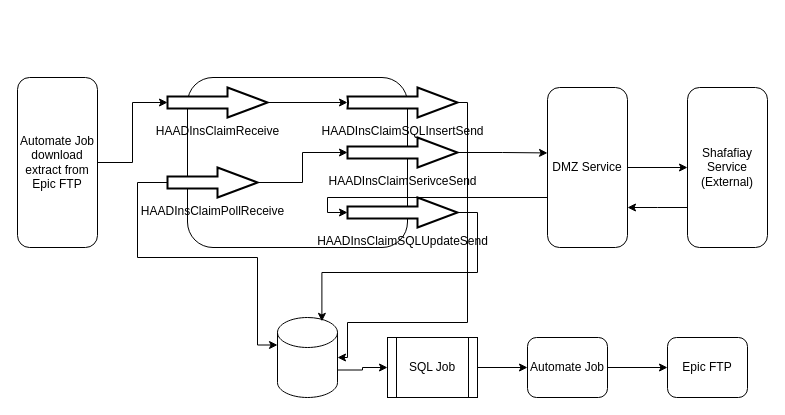
Above: Remit.drawio in pawangit18/Drawing (draw.io), before the change. Source tidied: cells renumbered, new cells numbered last; positions are measured from the earlier drawing's top-left corner, leaving out a move shared by most shapes. Both pictures are drawn from the tidied source at 100%, with x=0, y=0 at pixel (17, 77).
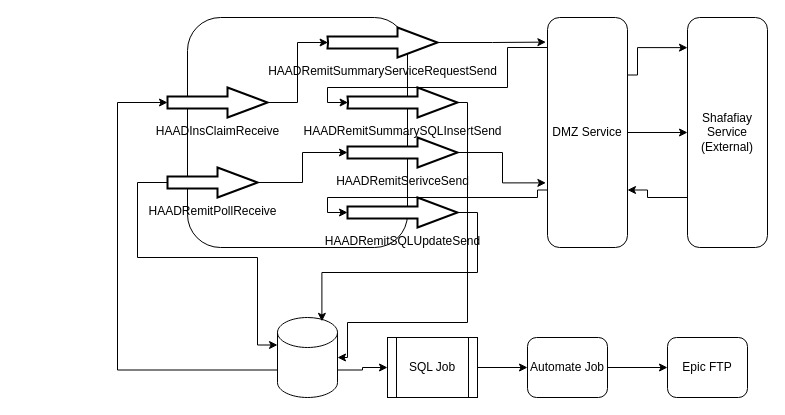
After the change.

Unchanged cells that the change refers to:
```xml
<mxCell id="3" style="shape=cylinder3;whiteSpace=wrap;html=1;boundedLbl=1;backgroundOutline=1;size=15;" parent="1" vertex="1">
  <mxGeometry x="260" y="240" width="60" height="80" as="geometry" />
</mxCell>
<mxCell id="8" value="HAADInsClaimReceive" style="verticalLabelPosition=bottom;verticalAlign=top;html=1;strokeWidth=2;shape=mxgraph.arrows2.arrow;dy=0.6;dx=40;notch=0;" parent="1" vertex="1">
  <mxGeometry x="150" y="10" width="100" height="30" as="geometry" />
</mxCell>
```

The edit, as a diff of the source:
```diff
@@
     <mxCell id="4" style="rounded=1;whiteSpace=wrap;html=1;" parent="1" vertex="1">
-      <mxGeometry x="170" width="220" height="170" as="geometry" />
+      <mxGeometry x="170" y="-60" width="220" height="230" as="geometry" />
     </mxCell>
@@
-    <mxCell id="6" value="HAADInsClaimSQLInsertSend" style="verticalLabelPosition=bottom;verticalAlign=top;html=1;strokeWidth=2;shape=mxgraph.arrows2.arrow;dy=0.6;dx=40;notch=0.6;rotation=0;" parent="1" vertex="1">
+    <mxCell id="6" value="HAADRemitSummarySQLInsertSend" style="verticalLabelPosition=bottom;verticalAlign=top;html=1;strokeWidth=2;shape=mxgraph.arrows2.arrow;dy=0.6;dx=40;notch=0.6;rotation=0;" parent="1" vertex="1">
       <mxGeometry x="330" y="10" width="110" height="30" as="geometry" />
     </mxCell>
-    <mxCell id="7" style="edgeStyle=orthogonalEdgeStyle;rounded=0;jettySize=auto;html=1;exitX=1;exitY=0.5;exitDx=0;exitDy=0;exitPerimeter=0;" parent="1" edge="1" source="8" target="6">
+    <mxCell id="7" style="edgeStyle=orthogonalEdgeStyle;rounded=0;jettySize=auto;html=1;exitX=1;exitY=0.5;exitDx=0;exitDy=0;exitPerimeter=0;entryX=0;entryY=0.5;entryDx=0.6;entryDy=0;entryPerimeter=0;" parent="1" edge="1" source="8" target="31">
       <mxGeometry relative="1" as="geometry" />
     </mxCell>
@@
-    <mxCell id="9" style="edgeStyle=orthogonalEdgeStyle;rounded=0;jettySize=auto;html=1;exitX=1;exitY=0.5;exitDx=0;exitDy=0;exitPerimeter=0;entryX=0;entryY=0.409;entryDx=0;entryDy=0;entryPerimeter=0;" parent="1" edge="1" source="10" target="15">
+    <mxCell id="9" style="edgeStyle=orthogonalEdgeStyle;rounded=0;jettySize=auto;html=1;exitX=1;exitY=0.5;exitDx=0;exitDy=0;exitPerimeter=0;entryX=-0.02;entryY=0.719;entryDx=0;entryDy=0;entryPerimeter=0;" parent="1" edge="1" source="10" target="15">
       <mxGeometry relative="1" as="geometry" />
     </mxCell>
-    <mxCell id="10" value="HAADInsClaimSerivceSend" style="verticalLabelPosition=bottom;verticalAlign=top;html=1;strokeWidth=2;shape=mxgraph.arrows2.arrow;dy=0.6;dx=40;notch=0;" parent="1" vertex="1">
+    <mxCell id="10" value="HAADRemitSerivceSend" style="verticalLabelPosition=bottom;verticalAlign=top;html=1;strokeWidth=2;shape=mxgraph.arrows2.arrow;dy=0.6;dx=40;notch=0;" parent="1" vertex="1">
       <mxGeometry x="330" y="60" width="110" height="30" as="geometry" />
     </mxCell>
@@
-    <mxCell id="12" value="HAADInsClaimSQLUpdateSend" style="verticalLabelPosition=bottom;verticalAlign=top;html=1;strokeWidth=2;shape=mxgraph.arrows2.arrow;dy=0.6;dx=40;notch=0;" parent="1" vertex="1">
+    <mxCell id="12" value="HAADRemitSQLUpdateSend" style="verticalLabelPosition=bottom;verticalAlign=top;html=1;strokeWidth=2;shape=mxgraph.arrows2.arrow;dy=0.6;dx=40;notch=0;" parent="1" vertex="1">
       <mxGeometry x="330" y="120" width="110" height="30" as="geometry" />
     </mxCell>
@@
     <mxCell id="14" style="edgeStyle=orthogonalEdgeStyle;rounded=0;jettySize=auto;html=1;exitX=0;exitY=0.75;exitDx=0;exitDy=0;entryX=0;entryY=0.5;entryDx=0;entryDy=0;entryPerimeter=0;" parent="1" edge="1" source="15" target="12">
       <mxGeometry relative="1" as="geometry">
         <Array as="points">
-          <mxPoint x="530" y="120" />
+          <mxPoint x="520" y="113" />
+          <mxPoint x="520" y="120" />
           <mxPoint x="310" y="120" />
           <mxPoint x="310" y="135" />
         </Array>
       </mxGeometry>
     </mxCell>
+    <mxCell id="28" style="edgeStyle=orthogonalEdgeStyle;rounded=0;jettySize=auto;html=1;exitX=1;exitY=0.25;exitDx=0;exitDy=0;entryX=0;entryY=0.131;entryDx=0;entryDy=0;entryPerimeter=0;" parent="1" edge="1" source="15" target="17">
+      <mxGeometry relative="1" as="geometry">
+        <Array as="points">
+          <mxPoint x="620" y="-30" />
+        </Array>
+      </mxGeometry>
+    </mxCell>
+    <mxCell id="29" style="edgeStyle=orthogonalEdgeStyle;rounded=0;jettySize=auto;html=1;exitX=0;exitY=0.25;exitDx=0;exitDy=0;entryX=0;entryY=0.5;entryDx=0.6;entryDy=0;entryPerimeter=0;" parent="1" edge="1" source="15" target="6">
+      <mxGeometry relative="1" as="geometry">
+        <Array as="points">
+          <mxPoint x="540" y="-30" />
+          <mxPoint x="490" y="-30" />
+          <mxPoint x="490" y="10" />
+          <mxPoint x="310" y="10" />
+          <mxPoint x="310" y="25" />
+        </Array>
+      </mxGeometry>
+    </mxCell>
     <mxCell id="15" value="DMZ Service" style="rounded=1;whiteSpace=wrap;html=1;" parent="1" vertex="1">
-      <mxGeometry x="530" y="10" width="80" height="160" as="geometry" />
+      <mxGeometry x="530" y="-60" width="80" height="230" as="geometry" />
     </mxCell>
     <mxCell id="16" style="edgeStyle=orthogonalEdgeStyle;rounded=0;jettySize=auto;html=1;exitX=0;exitY=0.75;exitDx=0;exitDy=0;entryX=1;entryY=0.75;entryDx=0;entryDy=0;" parent="1" edge="1" source="17" target="15">
       <mxGeometry relative="1" as="geometry">
         <Array as="points">
-          <mxPoint x="640" y="130" />
-          <mxPoint x="640" y="130" />
+          <mxPoint x="670" y="120" />
+          <mxPoint x="630" y="120" />
+          <mxPoint x="630" y="113" />
         </Array>
       </mxGeometry>
     </mxCell>
     <mxCell id="17" value="Shafafiay Service (External)" style="rounded=1;whiteSpace=wrap;html=1;" parent="1" vertex="1">
-      <mxGeometry x="670" y="10" width="80" height="160" as="geometry" />
+      <mxGeometry x="670" y="-60" width="80" height="230" as="geometry" />
     </mxCell>
@@
-    <mxCell id="25" value="HAADInsClaimPollReceive" style="verticalLabelPosition=bottom;verticalAlign=top;html=1;strokeWidth=2;shape=mxgraph.arrows2.arrow;dy=0.6;dx=40;notch=0;" parent="1" vertex="1">
+    <mxCell id="25" value="HAADRemitPollReceive" style="verticalLabelPosition=bottom;verticalAlign=top;html=1;strokeWidth=2;shape=mxgraph.arrows2.arrow;dy=0.6;dx=40;notch=0;" parent="1" vertex="1">
       <mxGeometry x="150" y="90" width="90" height="30" as="geometry" />
     </mxCell>
-    <mxCell id="26" style="edgeStyle=orthogonalEdgeStyle;rounded=0;jettySize=auto;html=1;exitX=1;exitY=0.5;exitDx=0;exitDy=0;entryX=0;entryY=0.5;entryDx=0;entryDy=0;entryPerimeter=0;" parent="1" edge="1" source="27" target="8">
-      <mxGeometry relative="1" as="geometry" />
+    <mxCell id="26" style="edgeStyle=orthogonalEdgeStyle;rounded=0;jettySize=auto;html=1;entryX=0;entryY=0.5;entryDx=0;entryDy=0;entryPerimeter=0;exitX=0;exitY=0;exitDx=0;exitDy=52.5;exitPerimeter=0;" parent="1" edge="1" source="3" target="8">
+      <mxGeometry relative="1" as="geometry">
+        <Array as="points">
+          <mxPoint x="100" y="293" />
+          <mxPoint x="100" y="25" />
+        </Array>
+      </mxGeometry>
     </mxCell>
-    <mxCell id="27" value="Automate Job download extract from Epic FTP" style="rounded=1;whiteSpace=wrap;html=1;" parent="1" vertex="1">
-      <mxGeometry width="80" height="170" as="geometry" />
-    </mxCell>
+    <mxCell id="30" style="edgeStyle=orthogonalEdgeStyle;rounded=0;jettySize=auto;html=1;exitX=1;exitY=0.5;exitDx=0;exitDy=0;exitPerimeter=0;entryX=-0.02;entryY=0.107;entryDx=0;entryDy=0;entryPerimeter=0;" parent="1" edge="1" source="31" target="15">
+      <mxGeometry relative="1" as="geometry" />
+    </mxCell>
+    <mxCell id="31" value="HAADRemitSummaryServiceRequestSend" style="verticalLabelPosition=bottom;verticalAlign=top;html=1;strokeWidth=2;shape=mxgraph.arrows2.arrow;dy=0.6;dx=40;notch=0.6;rotation=0;" parent="1" vertex="1">
+      <mxGeometry x="310" y="-50" width="110" height="30" as="geometry" />
+    </mxCell>
```
